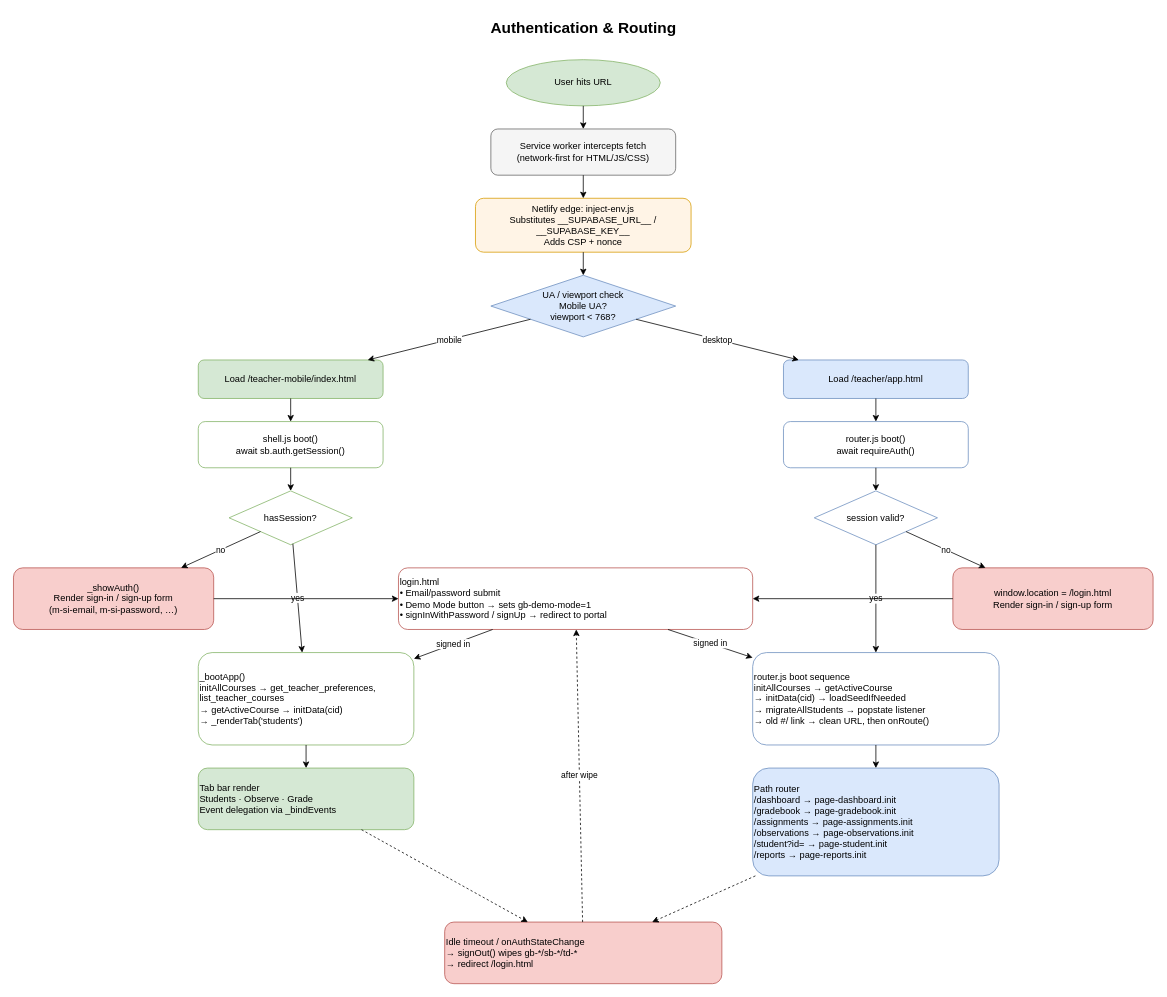
This is docs/diagrams/04-auth-and-routing.drawio from MrBrown85/FullVision, a draw.io file, before an edit. Source tidied: cells renumbered, new cells numbered last; positions are measured from the earlier drawing's top-left corner, leaving out a move shared by most shapes. Both pictures are drawn from the tidied source at 77%, with x=0, y=0 at pixel (13, 13).
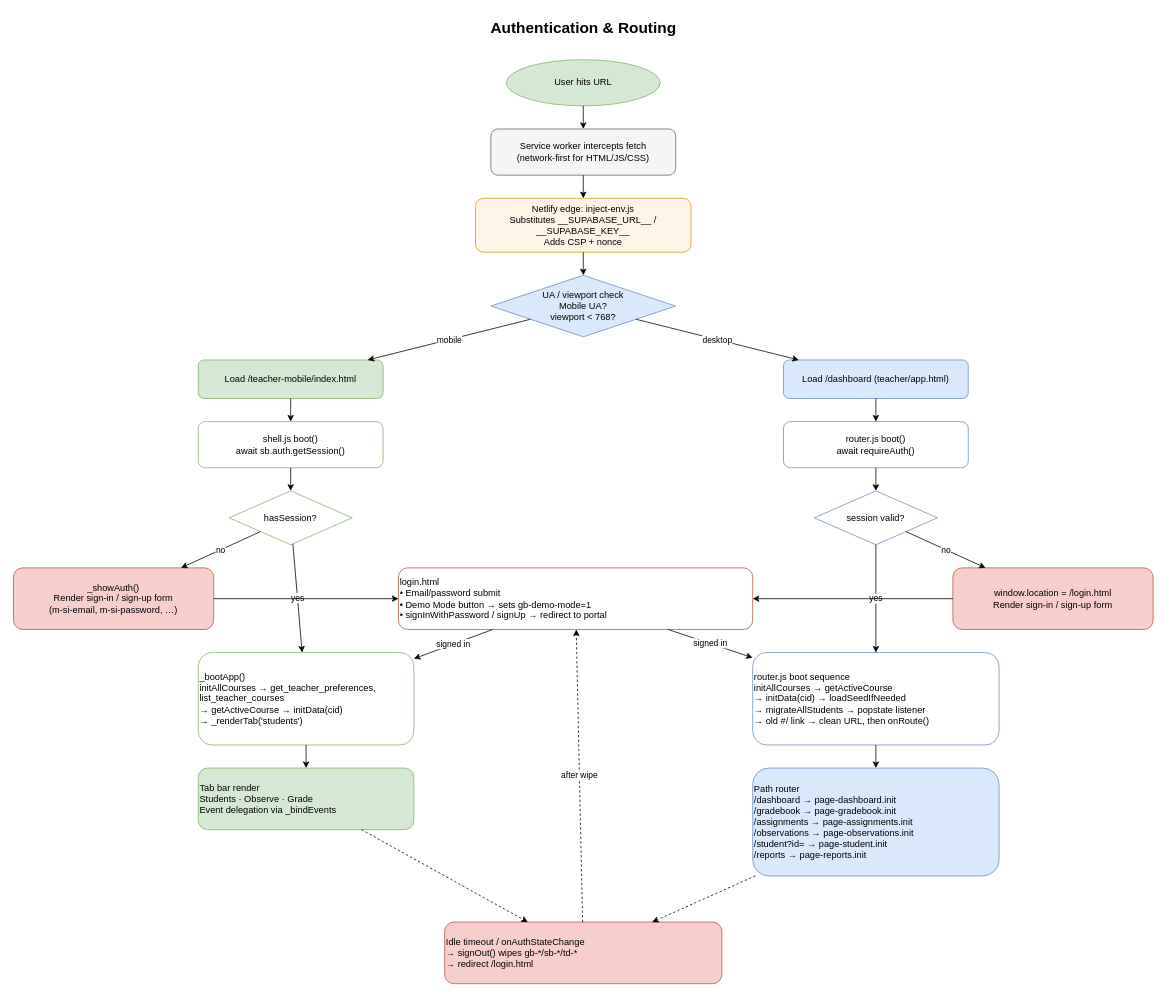
After the change.

Change to the diagram source:
```diff
@@
-    <mxCell id="8" value="Load /teacher/app.html" style="rounded=1;whiteSpace=wrap;html=1;fillColor=#dae8fc;strokeColor=#6c8ebf;" parent="1" vertex="1">
+    <mxCell id="8" value="Load /dashboard (teacher/app.html)" style="rounded=1;whiteSpace=wrap;html=1;fillColor=#dae8fc;strokeColor=#6c8ebf;" parent="1" vertex="1">
       <mxGeometry x="1000" y="450" width="240" height="50" as="geometry" />
     </mxCell>
```
